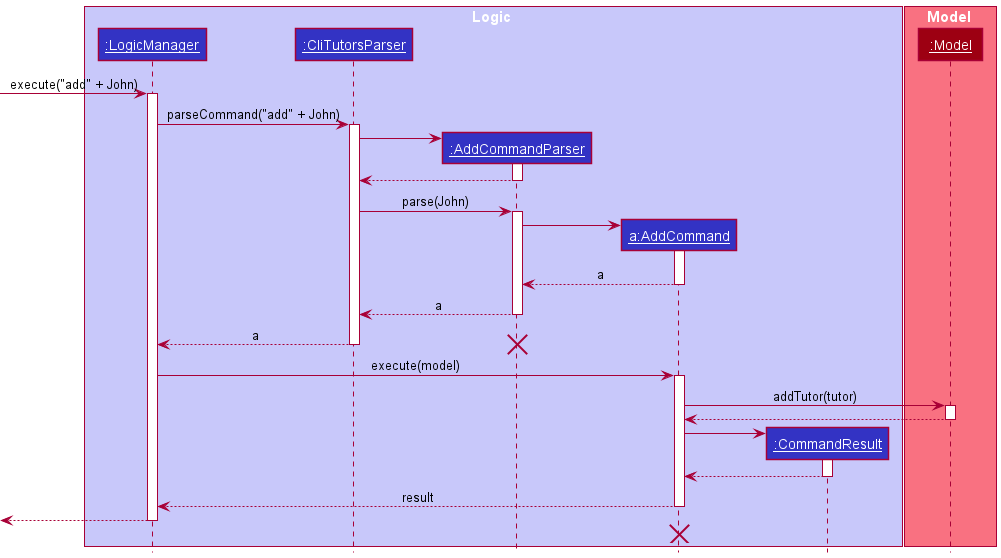
This is docs/images/AddCommandSequenceDiagram.png from tenebrius1/tp, a PlantUML export, as it was before one commit.
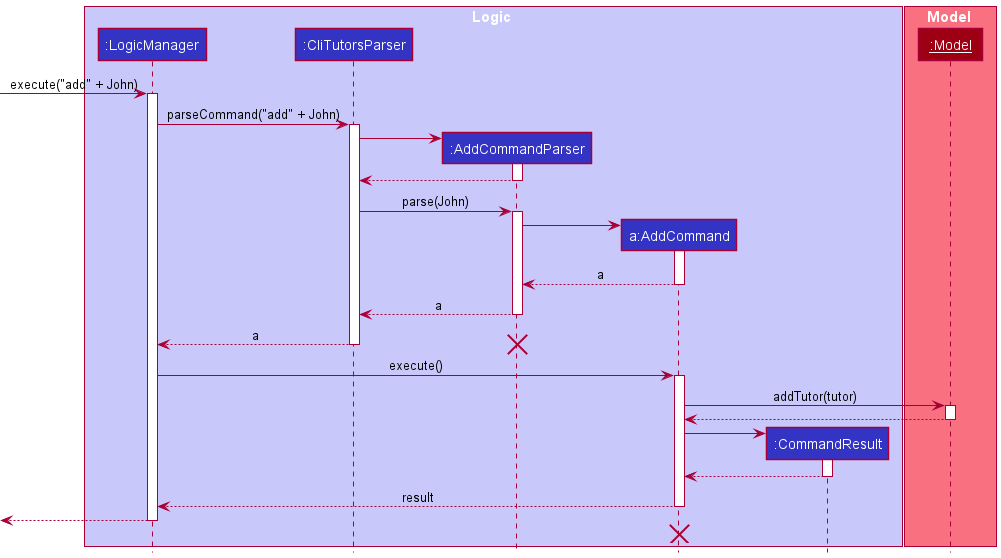
The same diagram one commit later.

Change to the diagram source:
```diff
@@ -2,11 +2,11 @@
 !include style.puml
 
 box Logic LOGIC_COLOR_T1
-participant "__:LogicManager__" as LogicManager LOGIC_COLOR
-participant "__:CliTutorsParser__" as CliTutorsParser LOGIC_COLOR
-participant "__:AddCommandParser__" as AddCommandParser LOGIC_COLOR
-participant "__a:AddCommand__" as AddCommand LOGIC_COLOR
-participant "__:CommandResult__" as CommandResult LOGIC_COLOR
+participant ":LogicManager" as LogicManager LOGIC_COLOR
+participant ":CliTutorsParser" as CliTutorsParser LOGIC_COLOR
+participant ":AddCommandParser" as AddCommandParser LOGIC_COLOR
+participant "a:AddCommand" as AddCommand LOGIC_COLOR
+participant ":CommandResult" as CommandResult LOGIC_COLOR
 end box
 
 box Model MODEL_COLOR_T1
@@ -42,7 +42,7 @@
 deactivate CliTutorsParser
 destroy AddCommandParser
 
-LogicManager -> AddCommand : execute(model)
+LogicManager -> AddCommand : execute()
 activate AddCommand
 
 AddCommand -> Model : addTutor(tutor)
```
